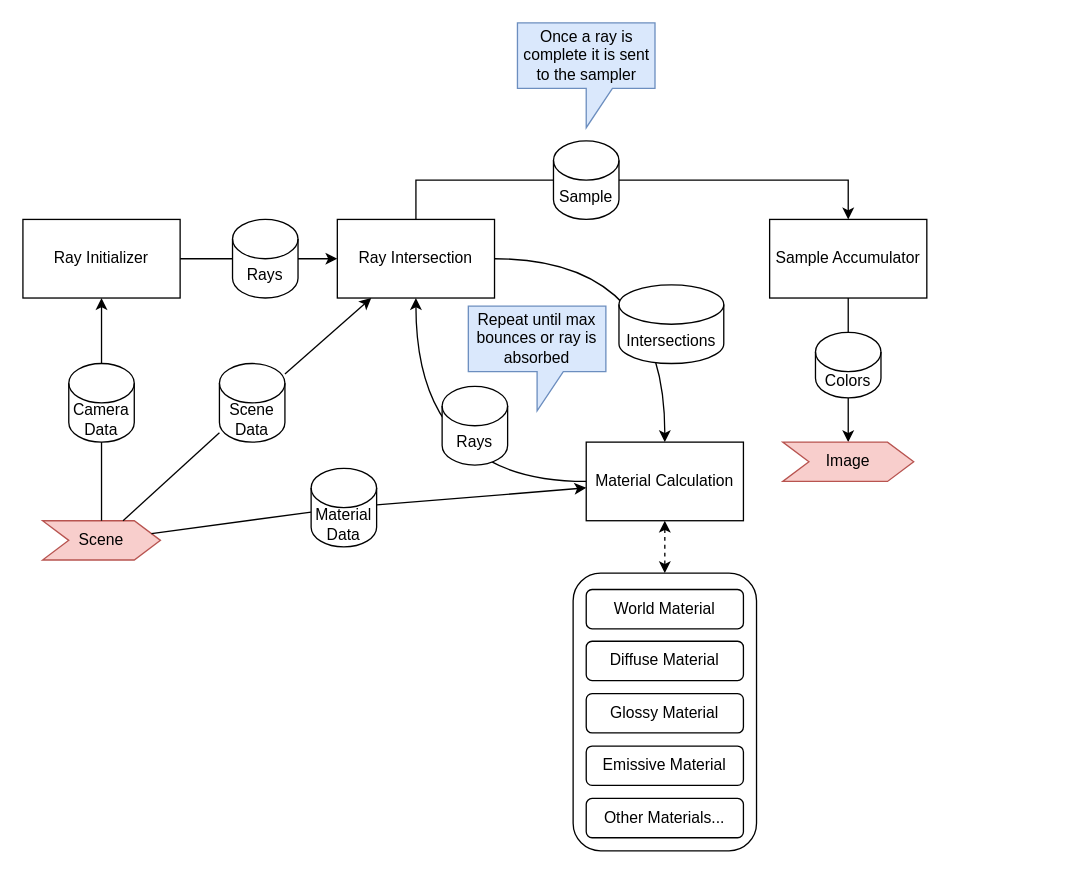
Nicholas-Tuttle/RayTracer keeps this draw.io diagram as page "Architecture" (1 of 6) of doc/Pipeline.drawio. Above is the earlier version. Source tidied: cells renumbered, new cells numbered last; positions are measured from the earlier drawing's top-left corner, leaving out a move shared by most shapes. Both pictures are drawn from the tidied source at 131%, with x=0, y=0 at pixel (22, 22).
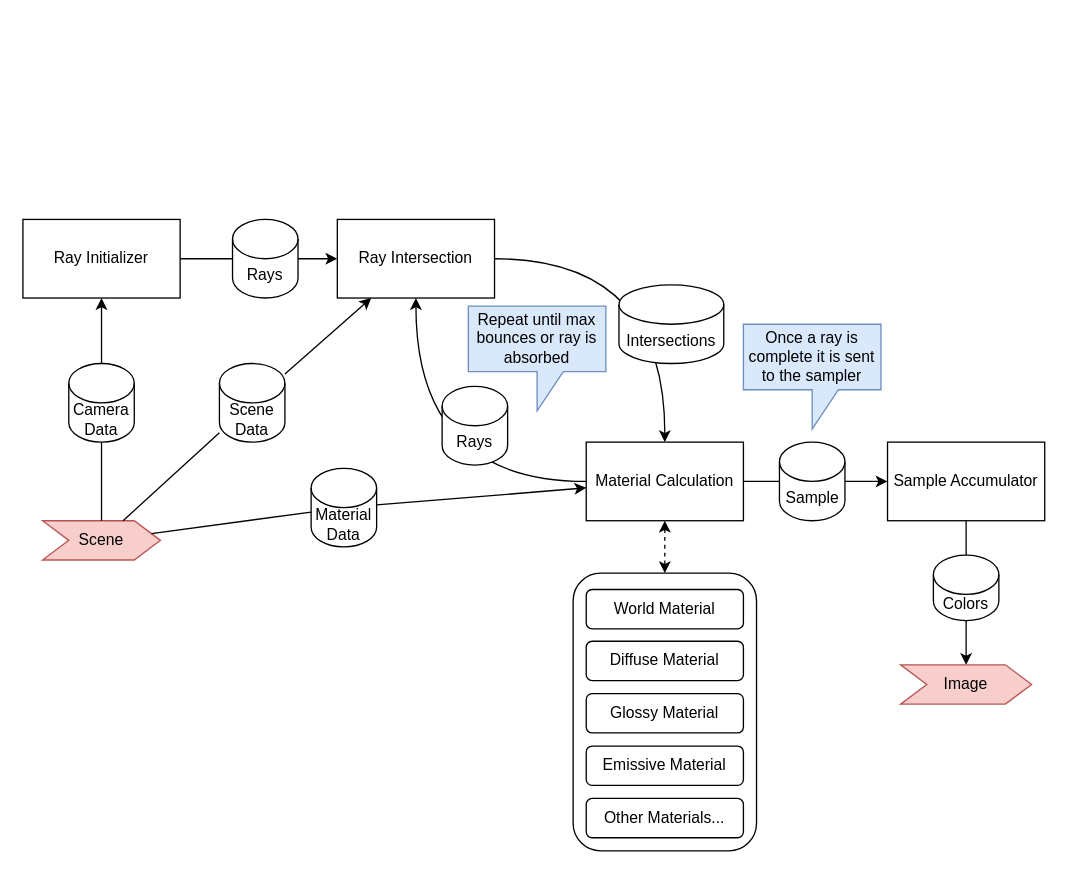
The same diagram, later.

The change refers to these unchanged cells:
```xml
<mxCell id="7" value="Ray Intersection" style="rounded=0;whiteSpace=wrap;html=1;" parent="1" vertex="1">
  <mxGeometry x="240" y="150" width="120" height="60" as="geometry" />
</mxCell>
<mxCell id="10" value="Material Calculation" style="rounded=0;whiteSpace=wrap;html=1;" parent="1" vertex="1">
  <mxGeometry x="430" y="320" width="120" height="60" as="geometry" />
</mxCell>
```

The edit, as a diff of the source:
```diff
@@
-    <mxCell id="6" style="edgeStyle=orthogonalEdgeStyle;rounded=0;jettySize=auto;html=1;startArrow=none;startFill=0;endArrow=classic;endFill=1;entryX=0.5;entryY=0;entryDx=0;entryDy=0;" parent="1" edge="1" source="7" target="12">
-      <mxGeometry relative="1" as="geometry">
-        <Array as="points">
-          <mxPoint x="300" y="120" />
-          <mxPoint x="630" y="120" />
-        </Array>
-      </mxGeometry>
-    </mxCell>
@@
+    <mxCell id="37" style="edgeStyle=orthogonalEdgeStyle;rounded=0;jettySize=auto;html=1;startArrow=none;" parent="1" edge="1" source="28" target="12">
+      <mxGeometry relative="1" as="geometry" />
+    </mxCell>
@@
     <mxCell id="12" value="Sample Accumulator" style="rounded=0;whiteSpace=wrap;html=1;" parent="1" vertex="1">
-      <mxGeometry x="570" y="150" width="120" height="60" as="geometry" />
+      <mxGeometry x="660" y="320" width="120" height="60" as="geometry" />
     </mxCell>
@@
     <mxCell id="22" value="Image" style="shape=step;perimeter=stepPerimeter;whiteSpace=wrap;html=1;fixedSize=1;fillColor=#f8cecc;strokeColor=#b85450;" parent="1" vertex="1">
-      <mxGeometry x="580" y="320" width="100" height="30" as="geometry" />
+      <mxGeometry x="670" y="490" width="100" height="30" as="geometry" />
     </mxCell>
@@
-    <mxCell id="28" value="Sample" style="shape=cylinder3;whiteSpace=wrap;html=1;boundedLbl=1;backgroundOutline=1;size=15;" parent="1" vertex="1">
-      <mxGeometry x="405" y="90" width="50" height="60" as="geometry" />
-    </mxCell>
     <mxCell id="29" value="Colors" style="shape=cylinder3;whiteSpace=wrap;html=1;boundedLbl=1;backgroundOutline=1;size=15;" parent="1" vertex="1">
-      <mxGeometry x="605" y="236.2" width="50" height="50" as="geometry" />
+      <mxGeometry x="695" y="406.2" width="50" height="50" as="geometry" />
     </mxCell>
@@
     <mxCell id="36" value="Once a ray is complete it is sent to the sampler" style="shape=callout;whiteSpace=wrap;html=1;perimeter=calloutPerimeter;fillColor=#dae8fc;strokeColor=#6c8ebf;" parent="1" vertex="1">
-      <mxGeometry x="377.5" width="105" height="80" as="geometry" />
+      <mxGeometry x="550" y="230" width="105" height="80" as="geometry" />
     </mxCell>
+    <mxCell id="28" value="Sample" style="shape=cylinder3;whiteSpace=wrap;html=1;boundedLbl=1;backgroundOutline=1;size=15;" parent="1" vertex="1">
+      <mxGeometry x="577.5" y="320" width="50" height="60" as="geometry" />
+    </mxCell>
+    <mxCell id="38" style="edgeStyle=orthogonalEdgeStyle;rounded=0;jettySize=auto;html=1;endArrow=none;" parent="1" edge="1" source="10" target="28">
+      <mxGeometry relative="1" as="geometry" />
+    </mxCell>
```
